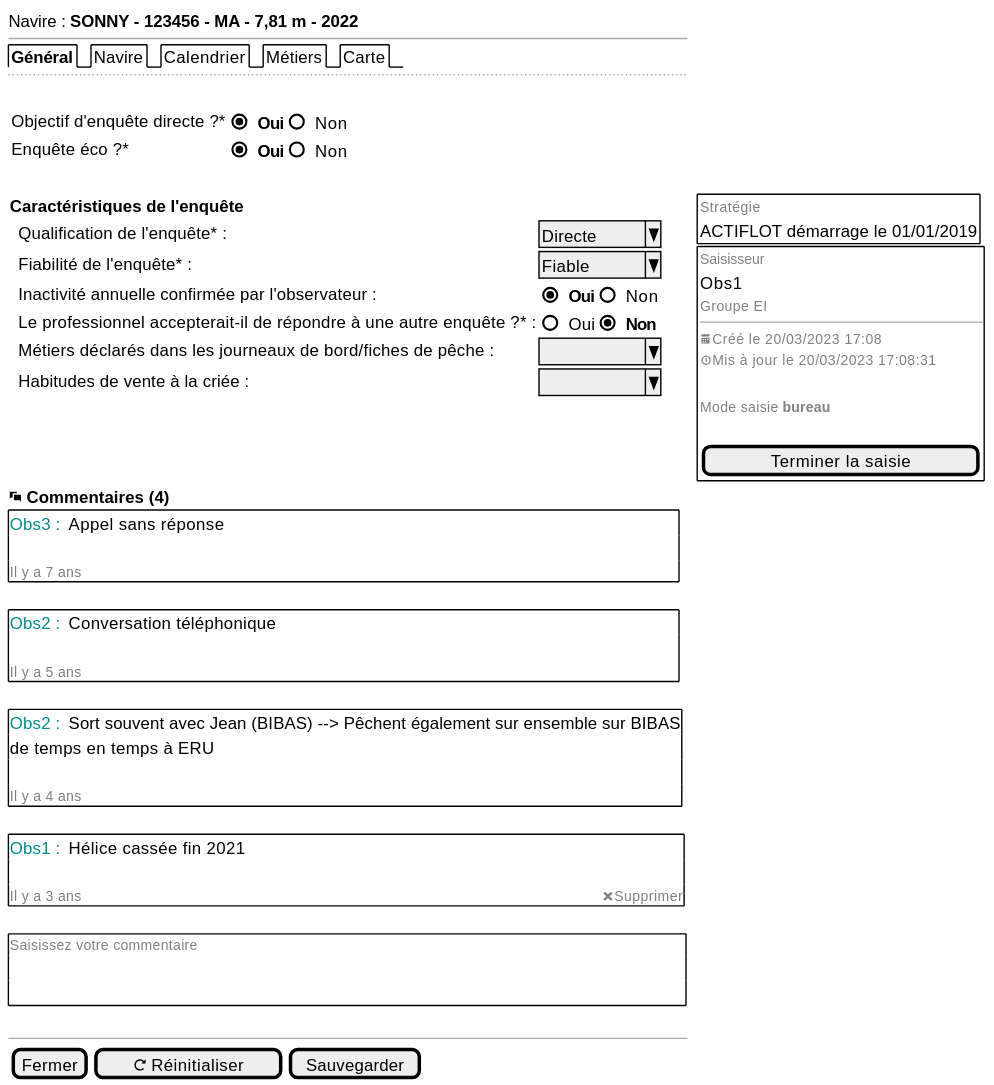
Above: projects/activity-calendar/spe/images/activity-calendar-general-comments.svg in sumaris-net/sumaris-doc (PlantUML), before the change.
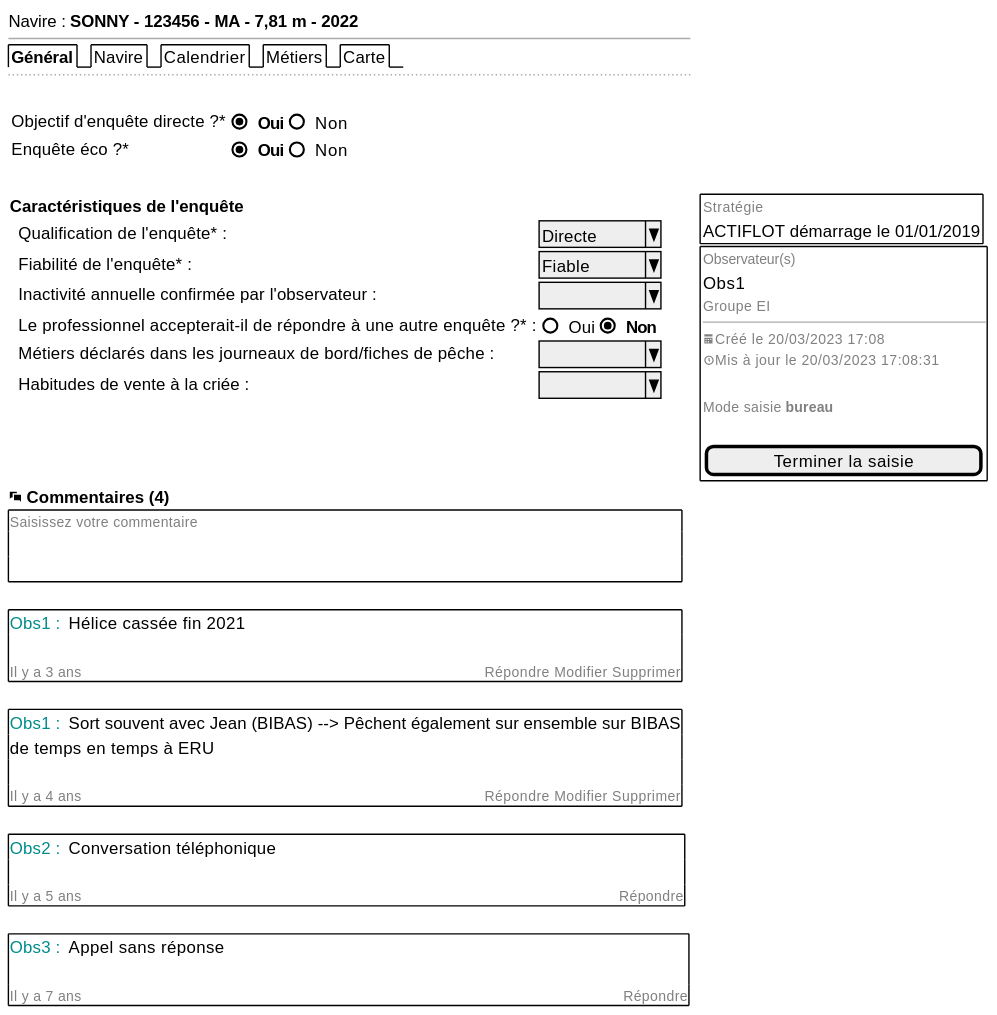
Above is the later version.

Change to the diagram source:
```diff
@@ -15,7 +15,7 @@
      {
      . | Qualification de l'enquête* : | ^Directe  ^
      . | Fiabilité de l'enquête* : | ^Fiable   ^
-     . | Inactivité annuelle confirmée par l'observateur : | { (X) <b>Oui | () Non }
+     . | Inactivité annuelle confirmée par l'observateur : | ^         ^
      . | Le professionnel accepterait-il de répondre à une autre enquête ?* : | { () Oui | (X) <b>Non }
      . | Métiers déclarés dans les journeaux de bord/fiches de pêche : | ^         ^
      . | Habitudes de vente à la criée : | ^         ^
@@ -27,7 +27,7 @@
                            }}
                            {+
                            {
-                           <font color=grey size=10>Saisisseur
+                           <font color=grey size=10>Observateur(s)
                            Obs1
                            <font color=grey size=10>Groupe EI
                            --
@@ -39,32 +39,37 @@
                            [ Terminer la saisie     ]
                            }}}
     <b><&chat> Commentaires (4)
-         {+ <font color=DarkCyan>Obs3 : <font color=black> Appel sans réponse
+         {+ <font color=grey size=10>Saisissez votre commentaire                                                                                                                   <&X>
             .
-            <font color=grey size=10>Il y a 7 ans                                                                                                                                              <&X>
-         }
-
-         .
-         {+ <font color=DarkCyan>Obs2 : <font color=black> Conversation téléphonique
             .
-            <font color=grey size=10>Il y a 5 ans                                                                                                                                              <&X>
-         }
-         .
-         {+ <font color=DarkCyan>Obs2 : <font color=black> Sort souvent avec Jean (BIBAS) --> Pêchent également sur ensemble sur BIBAS
-            de temps en temps à ERU
-            .
-            <font color=grey size=10>Il y a 4 ans                                                                                                                                              <&X>
          }
          .
          {+ <font color=DarkCyan>Obs1 : <font color=black> Hélice cassée fin 2021
             .
-            <font color=grey size=10>Il y a 3 ans                                                                                                                            <&x>Supprimer
+            <font color=grey size=10>Il y a 3 ans                                                                                                <&X>Répondre Modifier Supprimer
          }
          .
-         {+ <font color=grey size=10>Saisissez votre commentaire                                                                                                                    <&X>
+         {+ <font color=DarkCyan>Obs1 : <font color=black> Sort souvent avec Jean (BIBAS) --> Pêchent également sur ensemble sur BIBAS
+            de temps en temps à ERU
             .
+            <font color=grey size=10>Il y a 4 ans                                                                                                <&X>Répondre Modifier Supprimer
+         }
+         .
+         {+ <font color=DarkCyan>Obs2 : <font color=black> Conversation téléphonique
             .
+            <font color=grey size=10>Il y a 5 ans                                                                                                                                <&X>Répondre
          }
+         .
+         {+ <font color=DarkCyan>Obs3 : <font color=black> Appel sans réponse
+            .
+            <font color=grey size=10>Il y a 7 ans                                                                                                                                 <&X>Répondre
+         }
+         }
+         .
+
+
+
+
 
   .
   --
```
